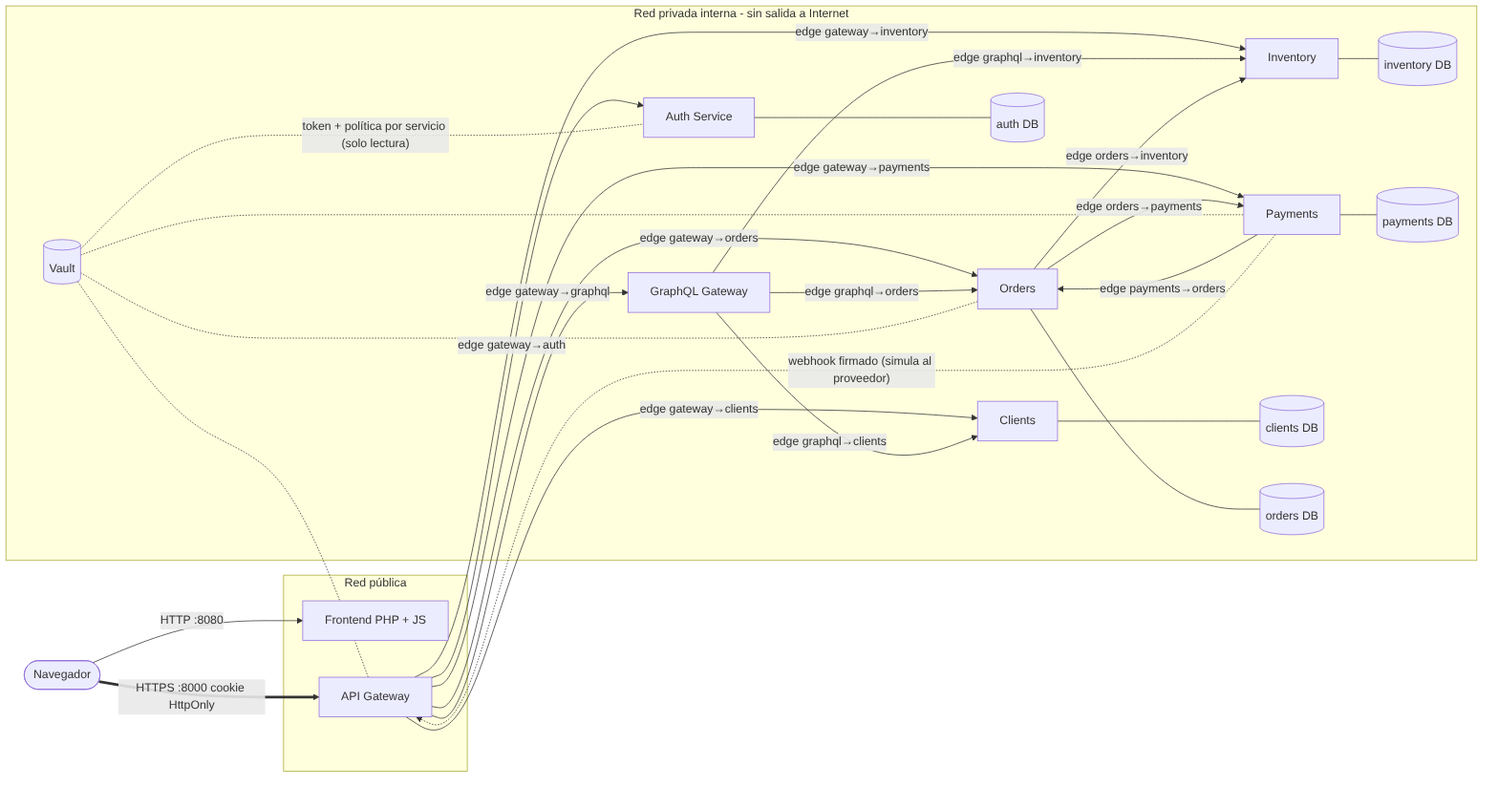
Above: Unidad 2/evaluacion2/docs/diagramas/componentes.png in Jawsker/dwm20260203 (Mermaid), before the change. Its source is kept beside it as Unidad 2/evaluacion2/docs/diagramas/componentes.mmd.
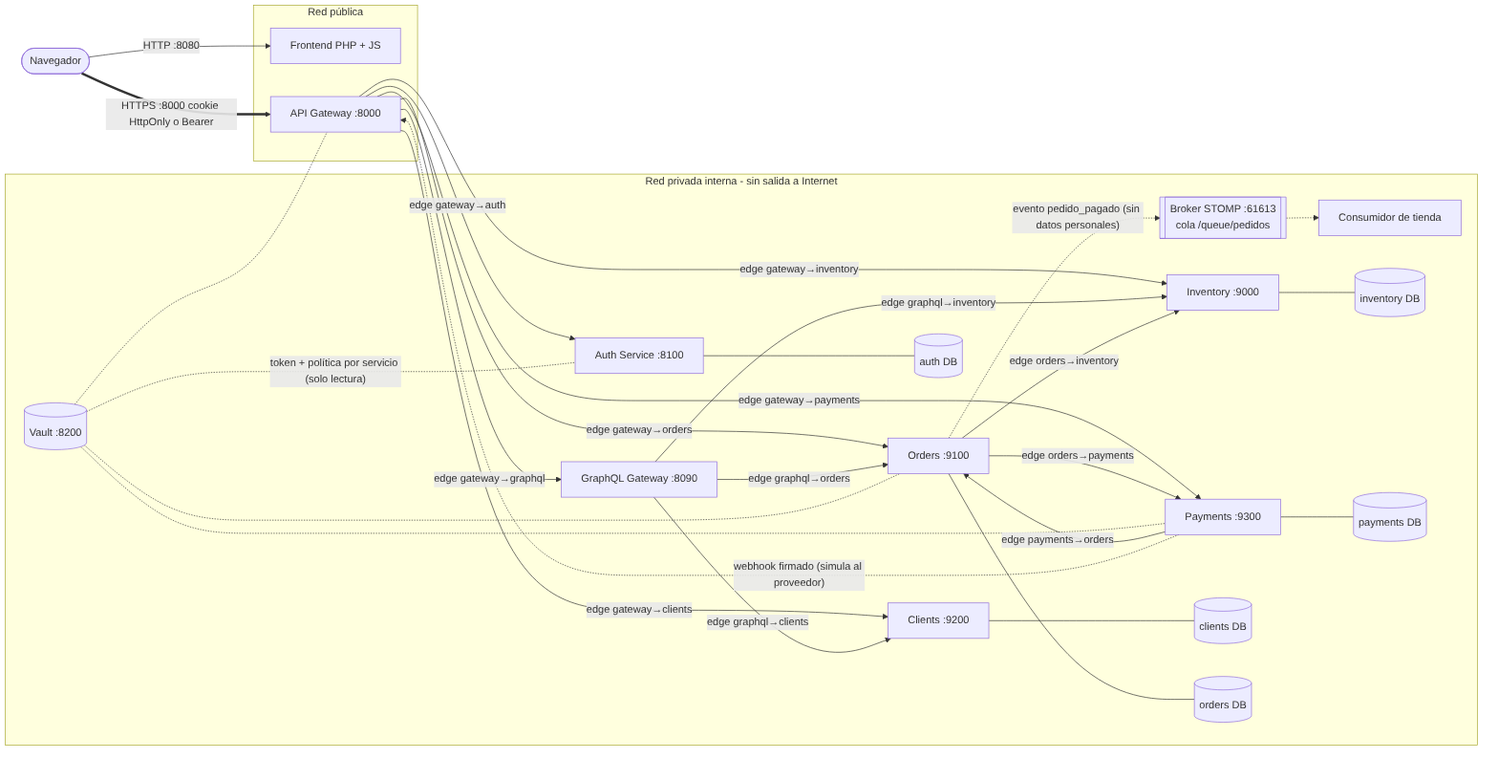
After the change.

The edit, as a diff of the source:
```diff
@@ -1,18 +1,20 @@
 flowchart LR
     B([Navegador]) -->|HTTP :8080| F[Frontend PHP + JS]
-    B ==>|HTTPS :8000 cookie HttpOnly| GW
+    B ==>|HTTPS :8000 cookie HttpOnly o Bearer| GW
     subgraph PUB[Red pública]
         F
-        GW[API Gateway]
+        GW[API Gateway :8000]
     end
     subgraph PRIV[Red privada interna - sin salida a Internet]
-        AUTH[Auth Service]
-        CLI[Clients]
-        INV[Inventory]
-        ORD[Orders]
-        PAY[Payments]
-        GQL[GraphQL Gateway]
-        V[(Vault)]
+        AUTH[Auth Service :8100]
+        CLI[Clients :9200]
+        INV[Inventory :9000]
+        ORD[Orders :9100]
+        PAY[Payments :9300]
+        GQL[GraphQL Gateway :8090]
+        V[(Vault :8200)]
+        MQ[[Broker STOMP :61613<br/>cola /queue/pedidos]]
+        CON[Consumidor de tienda]
         M1[(auth DB)]
         M2[(clients DB)]
         M3[(inventory DB)]
@@ -32,6 +34,8 @@
     ORD -->|edge orders→payments| PAY
     PAY -->|edge payments→orders| ORD
     PAY -. "webhook firmado (simula al proveedor)" .-> GW
+    ORD -. "evento pedido_pagado (sin datos personales)" .-> MQ
+    MQ -.-> CON
     AUTH --- M1
     CLI --- M2
     INV --- M3
```
